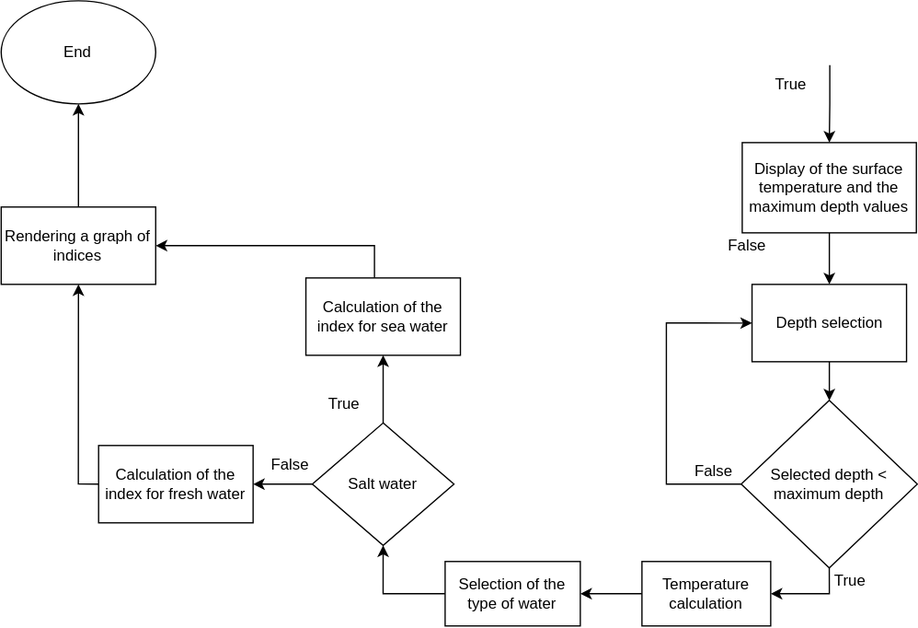
The draw.io diagram world_map.drawio.svg in OndraFoltyn/digital-electronics-1, before a commit. Source tidied: cells renumbered, new cells last; positions are measured from the earlier drawing's top-left corner, leaving out a move shared by most shapes. Source of this version:
```xml
<mxGraphModel>
  <root>
    <mxCell id="0" />
    <mxCell id="1" parent="0" />
    <mxCell id="2" style="edgeStyle=orthogonalEdgeStyle;rounded=0;jettySize=auto;html=1;entryX=0.5;entryY=0;entryDx=0;entryDy=0;" parent="1" edge="1" target="4">
      <mxGeometry relative="1" as="geometry">
        <mxPoint x="644" y="50" as="sourcePoint" />
      </mxGeometry>
    </mxCell>
    <mxCell id="3" style="edgeStyle=orthogonalEdgeStyle;rounded=0;jettySize=auto;html=1;" parent="1" edge="1" source="4" target="6">
      <mxGeometry relative="1" as="geometry" />
    </mxCell>
    <mxCell id="4" value="Display of the surface temperature and the maximum depth values" style="whiteSpace=wrap;html=1;" parent="1" vertex="1">
      <mxGeometry x="576" y="110" width="135.2" height="70" as="geometry" />
    </mxCell>
    <mxCell id="5" style="edgeStyle=orthogonalEdgeStyle;rounded=0;jettySize=auto;html=1;" parent="1" edge="1" source="6" target="9">
      <mxGeometry relative="1" as="geometry" />
    </mxCell>
    <mxCell id="6" value="Depth selection" style="whiteSpace=wrap;html=1;" parent="1" vertex="1">
      <mxGeometry x="583.6" y="220" width="120" height="60" as="geometry" />
    </mxCell>
    <mxCell id="7" style="edgeStyle=orthogonalEdgeStyle;rounded=0;jettySize=auto;html=1;exitX=0;exitY=0.5;exitDx=0;exitDy=0;entryX=0;entryY=0.5;entryDx=0;entryDy=0;" parent="1" edge="1" source="9" target="6">
      <mxGeometry relative="1" as="geometry">
        <Array as="points">
          <mxPoint x="517.1" y="375" />
          <mxPoint x="517.1" y="250" />
        </Array>
      </mxGeometry>
    </mxCell>
    <mxCell id="8" style="edgeStyle=orthogonalEdgeStyle;rounded=0;jettySize=auto;html=1;exitX=0.5;exitY=1;exitDx=0;exitDy=0;entryX=1;entryY=0.5;entryDx=0;entryDy=0;" parent="1" edge="1" source="9" target="12">
      <mxGeometry relative="1" as="geometry" />
    </mxCell>
    <mxCell id="9" value="Selected depth &amp;lt; &lt;br&gt;maximum depth" style="rhombus;whiteSpace=wrap;html=1;" parent="1" vertex="1">
      <mxGeometry x="575.2" y="310" width="136.8" height="130" as="geometry" />
    </mxCell>
    <mxCell id="10" value="False" style="text;html=1;strokeColor=none;fillColor=none;align=center;verticalAlign=middle;whiteSpace=wrap;rounded=0;" parent="1" vertex="1">
      <mxGeometry x="523.6" y="350" width="60" height="30" as="geometry" />
    </mxCell>
    <mxCell id="11" style="edgeStyle=orthogonalEdgeStyle;rounded=0;jettySize=auto;html=1;exitX=0;exitY=0.5;exitDx=0;exitDy=0;entryX=1;entryY=0.5;entryDx=0;entryDy=0;" parent="1" edge="1" source="12" target="27">
      <mxGeometry relative="1" as="geometry" />
    </mxCell>
    <mxCell id="12" value="Temperature calculation" style="whiteSpace=wrap;html=1;" parent="1" vertex="1">
      <mxGeometry x="498.1" y="435" width="100" height="50" as="geometry" />
    </mxCell>
    <mxCell id="13" value="True" style="text;html=1;strokeColor=none;fillColor=none;align=center;verticalAlign=middle;whiteSpace=wrap;rounded=0;" parent="1" vertex="1">
      <mxGeometry x="630" y="435" width="60" height="30" as="geometry" />
    </mxCell>
    <mxCell id="14" style="edgeStyle=orthogonalEdgeStyle;rounded=0;jettySize=auto;html=1;" parent="1" edge="1" source="16" target="18">
      <mxGeometry relative="1" as="geometry" />
    </mxCell>
    <mxCell id="15" style="edgeStyle=orthogonalEdgeStyle;rounded=0;jettySize=auto;html=1;" parent="1" edge="1" source="16" target="20">
      <mxGeometry relative="1" as="geometry" />
    </mxCell>
    <mxCell id="16" value="Salt water" style="rhombus;whiteSpace=wrap;html=1;" parent="1" vertex="1">
      <mxGeometry x="242.1" y="327.5" width="110" height="95" as="geometry" />
    </mxCell>
    <mxCell id="17" style="edgeStyle=orthogonalEdgeStyle;rounded=0;jettySize=auto;html=1;exitX=0;exitY=0.5;exitDx=0;exitDy=0;entryX=0.5;entryY=1;entryDx=0;entryDy=0;" parent="1" edge="1" source="18" target="24">
      <mxGeometry relative="1" as="geometry">
        <Array as="points">
          <mxPoint x="60.3" y="375" />
        </Array>
      </mxGeometry>
    </mxCell>
    <mxCell id="18" value="Calculation of the index for fresh water" style="whiteSpace=wrap;html=1;" parent="1" vertex="1">
      <mxGeometry x="76.1" y="345" width="120" height="60" as="geometry" />
    </mxCell>
    <mxCell id="19" style="edgeStyle=orthogonalEdgeStyle;rounded=0;jettySize=auto;html=1;entryX=1;entryY=0.5;entryDx=0;entryDy=0;" parent="1" edge="1" source="20" target="24">
      <mxGeometry relative="1" as="geometry">
        <Array as="points">
          <mxPoint x="290.3" y="190" />
        </Array>
      </mxGeometry>
    </mxCell>
    <mxCell id="20" value="Calculation of the index for sea water" style="whiteSpace=wrap;html=1;" parent="1" vertex="1">
      <mxGeometry x="237.1" y="215" width="120" height="60" as="geometry" />
    </mxCell>
    <mxCell id="21" value="False" style="text;html=1;strokeColor=none;fillColor=none;align=center;verticalAlign=middle;whiteSpace=wrap;rounded=0;" parent="1" vertex="1">
      <mxGeometry x="198.1" y="345" width="53.5" height="30" as="geometry" />
    </mxCell>
    <mxCell id="22" value="True" style="text;html=1;strokeColor=none;fillColor=none;align=center;verticalAlign=middle;whiteSpace=wrap;rounded=0;" parent="1" vertex="1">
      <mxGeometry x="237.1" y="297.5" width="60" height="30" as="geometry" />
    </mxCell>
    <mxCell id="23" style="edgeStyle=orthogonalEdgeStyle;rounded=0;jettySize=auto;html=1;exitX=0.5;exitY=0;exitDx=0;exitDy=0;entryX=0.5;entryY=1;entryDx=0;entryDy=0;" parent="1" edge="1" source="24" target="25">
      <mxGeometry relative="1" as="geometry" />
    </mxCell>
    <mxCell id="24" value="Rendering a graph of indices" style="rounded=0;whiteSpace=wrap;html=1;" parent="1" vertex="1">
      <mxGeometry x="0.4" y="160" width="120" height="60" as="geometry" />
    </mxCell>
    <mxCell id="25" value="End" style="ellipse;whiteSpace=wrap;html=1;" parent="1" vertex="1">
      <mxGeometry x="0.4" width="120" height="80" as="geometry" />
    </mxCell>
    <mxCell id="26" style="edgeStyle=orthogonalEdgeStyle;rounded=0;jettySize=auto;html=1;exitX=0;exitY=0.5;exitDx=0;exitDy=0;entryX=0.5;entryY=1;entryDx=0;entryDy=0;" parent="1" edge="1" source="27" target="16">
      <mxGeometry relative="1" as="geometry" />
    </mxCell>
    <mxCell id="27" value="Selection of the type of water" style="rounded=0;whiteSpace=wrap;html=1;" parent="1" vertex="1">
      <mxGeometry x="345.2" y="435" width="105" height="50" as="geometry" />
    </mxCell>
    <mxCell id="28" value="False" style="text;html=1;strokeColor=none;fillColor=none;align=center;verticalAlign=middle;whiteSpace=wrap;rounded=0;" parent="1" vertex="1">
      <mxGeometry x="550" y="175" width="60" height="30" as="geometry" />
    </mxCell>
    <mxCell id="29" value="True" style="text;html=1;strokeColor=none;fillColor=none;align=center;verticalAlign=middle;whiteSpace=wrap;rounded=0;" parent="1" vertex="1">
      <mxGeometry x="583.6" y="50" width="60" height="30" as="geometry" />
    </mxCell>
  </root>
</mxGraphModel>
```
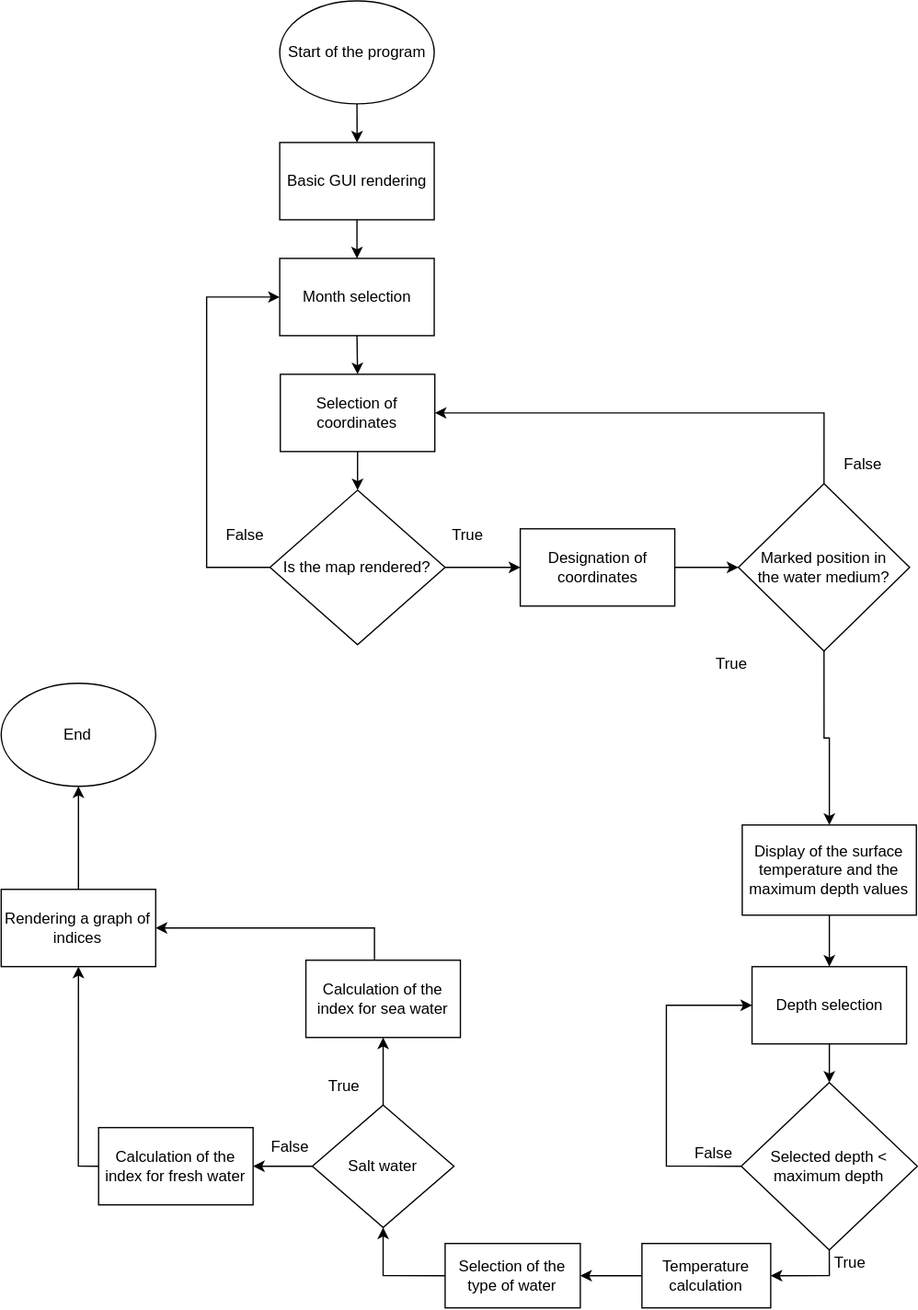
Above is the later version.

The edit, as a diff of the source:
```diff
@@ -2,17 +2,71 @@
   <root>
     <mxCell id="0" />
     <mxCell id="1" parent="0" />
+    <mxCell id="30" style="edgeStyle=orthogonalEdgeStyle;rounded=0;jettySize=auto;html=1;" parent="1" edge="1" source="31" target="33">
+      <mxGeometry relative="1" as="geometry" />
+    </mxCell>
+    <mxCell id="31" value="Start of the program" style="ellipse;whiteSpace=wrap;html=1;" parent="1" vertex="1">
+      <mxGeometry x="216.8" y="-530" width="120" height="80" as="geometry" />
+    </mxCell>
+    <mxCell id="32" style="edgeStyle=orthogonalEdgeStyle;rounded=0;jettySize=auto;html=1;exitX=0.5;exitY=1;exitDx=0;exitDy=0;entryX=0.5;entryY=0;entryDx=0;entryDy=0;" parent="1" edge="1" source="33" target="48">
+      <mxGeometry relative="1" as="geometry" />
+    </mxCell>
+    <mxCell id="33" value="Basic GUI rendering" style="whiteSpace=wrap;html=1;" parent="1" vertex="1">
+      <mxGeometry x="216.8" y="-420" width="120" height="60" as="geometry" />
+    </mxCell>
+    <mxCell id="34" style="edgeStyle=orthogonalEdgeStyle;rounded=0;jettySize=auto;html=1;exitX=0.5;exitY=1;exitDx=0;exitDy=0;entryX=0.5;entryY=0;entryDx=0;entryDy=0;" parent="1" edge="1" source="35" target="38">
+      <mxGeometry relative="1" as="geometry" />
+    </mxCell>
+    <mxCell id="35" value="Selection of coordinates" style="whiteSpace=wrap;html=1;" parent="1" vertex="1">
+      <mxGeometry x="217.2" y="-240" width="120" height="60" as="geometry" />
+    </mxCell>
+    <mxCell id="36" style="edgeStyle=orthogonalEdgeStyle;rounded=0;jettySize=auto;html=1;exitX=1;exitY=0.5;exitDx=0;exitDy=0;entryX=0;entryY=0.5;entryDx=0;entryDy=0;" parent="1" edge="1" source="38" target="40">
+      <mxGeometry relative="1" as="geometry" />
+    </mxCell>
+    <mxCell id="37" style="edgeStyle=orthogonalEdgeStyle;rounded=0;jettySize=auto;html=1;exitX=0;exitY=0.5;exitDx=0;exitDy=0;entryX=0;entryY=0.5;entryDx=0;entryDy=0;" parent="1" edge="1" source="38" target="48">
+      <mxGeometry relative="1" as="geometry">
+        <Array as="points">
+          <mxPoint x="160" y="-90" />
+          <mxPoint x="160" y="-300" />
+        </Array>
+      </mxGeometry>
+    </mxCell>
+    <mxCell id="38" value="Is the map rendered?" style="rhombus;whiteSpace=wrap;html=1;" parent="1" vertex="1">
+      <mxGeometry x="209.2" y="-150" width="136" height="120" as="geometry" />
+    </mxCell>
+    <mxCell id="39" style="edgeStyle=orthogonalEdgeStyle;rounded=0;jettySize=auto;html=1;exitX=1;exitY=0.5;exitDx=0;exitDy=0;entryX=0;entryY=0.5;entryDx=0;entryDy=0;" parent="1" edge="1" source="40" target="44">
+      <mxGeometry relative="1" as="geometry" />
+    </mxCell>
+    <mxCell id="40" value="Designation of coordinates" style="whiteSpace=wrap;html=1;" parent="1" vertex="1">
+      <mxGeometry x="403.6" y="-120" width="120" height="60" as="geometry" />
+    </mxCell>
+    <mxCell id="41" value="True" style="text;html=1;strokeColor=none;fillColor=none;align=center;verticalAlign=middle;whiteSpace=wrap;rounded=0;" parent="1" vertex="1">
+      <mxGeometry x="333" y="-130" width="60" height="30" as="geometry" />
+    </mxCell>
+    <mxCell id="42" value="False" style="text;html=1;strokeColor=none;fillColor=none;align=center;verticalAlign=middle;whiteSpace=wrap;rounded=0;" parent="1" vertex="1">
+      <mxGeometry x="160" y="-130" width="60" height="30" as="geometry" />
+    </mxCell>
+    <mxCell id="43" style="edgeStyle=orthogonalEdgeStyle;rounded=0;jettySize=auto;html=1;exitX=0.5;exitY=0;exitDx=0;exitDy=0;entryX=1;entryY=0.5;entryDx=0;entryDy=0;" parent="1" edge="1" source="44" target="35">
+      <mxGeometry relative="1" as="geometry" />
+    </mxCell>
-    <mxCell id="2" style="edgeStyle=orthogonalEdgeStyle;rounded=0;jettySize=auto;html=1;entryX=0.5;entryY=0;entryDx=0;entryDy=0;" parent="1" edge="1" target="4">
-      <mxGeometry relative="1" as="geometry">
-        <mxPoint x="644" y="50" as="sourcePoint" />
-      </mxGeometry>
+    <mxCell id="2" style="edgeStyle=orthogonalEdgeStyle;rounded=0;jettySize=auto;html=1;exitX=0.5;exitY=1;exitDx=0;exitDy=0;" parent="1" edge="1" source="44" target="4">
+      <mxGeometry relative="1" as="geometry" />
     </mxCell>
+    <mxCell id="44" value="Marked position in &lt;br&gt;the water medium?" style="rhombus;whiteSpace=wrap;html=1;" parent="1" vertex="1">
+      <mxGeometry x="573" y="-155" width="133" height="130" as="geometry" />
+    </mxCell>
+    <mxCell id="45" value="False" style="text;html=1;strokeColor=none;fillColor=none;align=center;verticalAlign=middle;whiteSpace=wrap;rounded=0;" parent="1" vertex="1">
+      <mxGeometry x="640" y="-185" width="60" height="30" as="geometry" />
+    </mxCell>
     <mxCell id="3" style="edgeStyle=orthogonalEdgeStyle;rounded=0;jettySize=auto;html=1;" parent="1" edge="1" source="4" target="6">
       <mxGeometry relative="1" as="geometry" />
     </mxCell>
     <mxCell id="4" value="Display of the surface temperature and the maximum depth values" style="whiteSpace=wrap;html=1;" parent="1" vertex="1">
       <mxGeometry x="576" y="110" width="135.2" height="70" as="geometry" />
     </mxCell>
+    <mxCell id="46" value="True" style="text;html=1;strokeColor=none;fillColor=none;align=center;verticalAlign=middle;whiteSpace=wrap;rounded=0;" parent="1" vertex="1">
+      <mxGeometry x="538.1" y="-30" width="60" height="30" as="geometry" />
+    </mxCell>
     <mxCell id="5" style="edgeStyle=orthogonalEdgeStyle;rounded=0;jettySize=auto;html=1;" parent="1" edge="1" source="6" target="9">
       <mxGeometry relative="1" as="geometry" />
     </mxCell>
@@ -89,17 +143,17 @@
     <mxCell id="25" value="End" style="ellipse;whiteSpace=wrap;html=1;" parent="1" vertex="1">
       <mxGeometry x="0.4" width="120" height="80" as="geometry" />
     </mxCell>
+    <mxCell id="47" style="edgeStyle=orthogonalEdgeStyle;rounded=0;jettySize=auto;html=1;exitX=0.5;exitY=1;exitDx=0;exitDy=0;entryX=0.5;entryY=0;entryDx=0;entryDy=0;" parent="1" edge="1" source="48" target="35">
+      <mxGeometry relative="1" as="geometry" />
+    </mxCell>
+    <mxCell id="48" value="Month selection" style="rounded=0;whiteSpace=wrap;html=1;" parent="1" vertex="1">
+      <mxGeometry x="216.8" y="-330" width="120" height="60" as="geometry" />
+    </mxCell>
     <mxCell id="26" style="edgeStyle=orthogonalEdgeStyle;rounded=0;jettySize=auto;html=1;exitX=0;exitY=0.5;exitDx=0;exitDy=0;entryX=0.5;entryY=1;entryDx=0;entryDy=0;" parent="1" edge="1" source="27" target="16">
       <mxGeometry relative="1" as="geometry" />
     </mxCell>
     <mxCell id="27" value="Selection of the type of water" style="rounded=0;whiteSpace=wrap;html=1;" parent="1" vertex="1">
       <mxGeometry x="345.2" y="435" width="105" height="50" as="geometry" />
     </mxCell>
-    <mxCell id="28" value="False" style="text;html=1;strokeColor=none;fillColor=none;align=center;verticalAlign=middle;whiteSpace=wrap;rounded=0;" parent="1" vertex="1">
-      <mxGeometry x="550" y="175" width="60" height="30" as="geometry" />
-    </mxCell>
-    <mxCell id="29" value="True" style="text;html=1;strokeColor=none;fillColor=none;align=center;verticalAlign=middle;whiteSpace=wrap;rounded=0;" parent="1" vertex="1">
-      <mxGeometry x="583.6" y="50" width="60" height="30" as="geometry" />
-    </mxCell>
   </root>
 </mxGraphModel>
```
